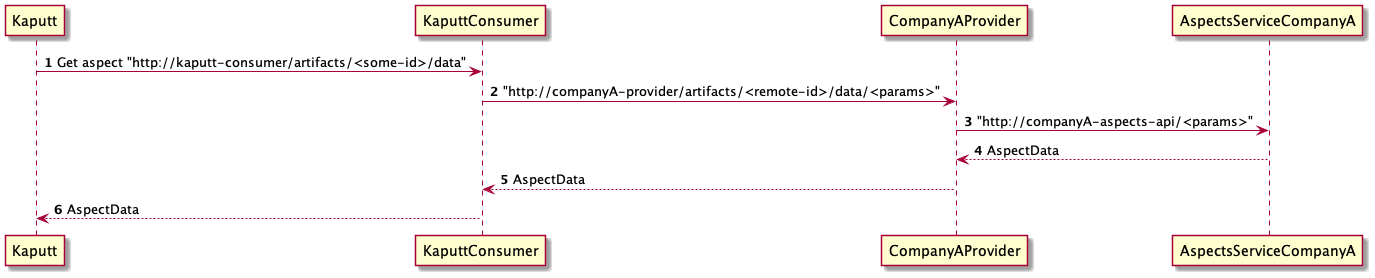
catenax/tractusx keeps this PlantUML diagram as documentation/architecture/diagrams/speedboat-get-aspect.png. Above is the earlier version.
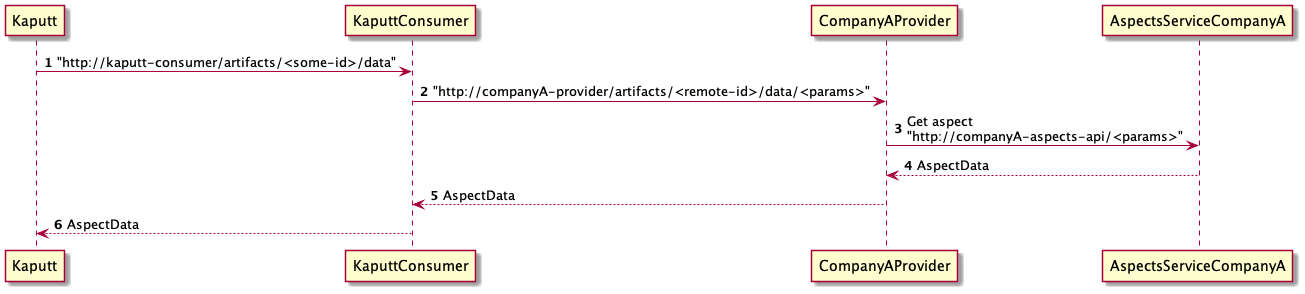
Above is the later version.

What changed in the source:
```diff
@@ -2,9 +2,9 @@
 
 autonumber
 
-Kaputt ->  KaputtConsumer: Get aspect "http://kaputt-consumer/artifacts/<some-id>/data"
+Kaputt ->  KaputtConsumer: "http://kaputt-consumer/artifacts/<some-id>/data"
 KaputtConsumer -> CompanyAProvider: "http://companyA-provider/artifacts/<remote-id>/data/<params>"
-CompanyAProvider -> AspectsServiceCompanyA: "http://companyA-aspects-api/<params>"
+CompanyAProvider -> AspectsServiceCompanyA: Get aspect \n"http://companyA-aspects-api/<params>"
 CompanyAProvider <-- AspectsServiceCompanyA: AspectData
 KaputtConsumer <-- CompanyAProvider: AspectData
 Kaputt <-- KaputtConsumer: AspectData
```
